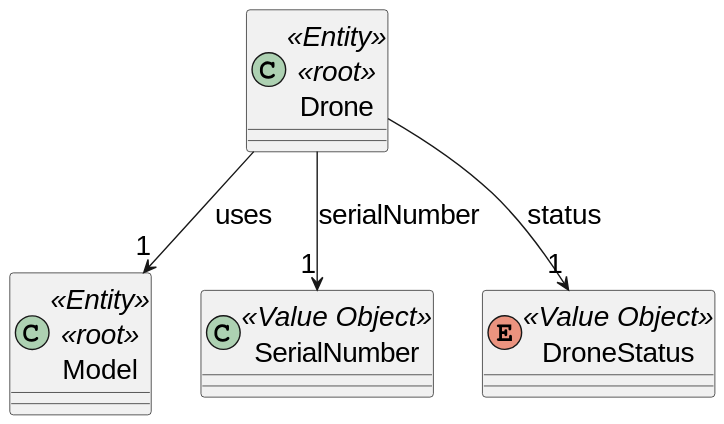
This is docs/SPRINT_2/US243/images/domain_model_us243.svg from diogoveirospro/sem4pi-2024-2025-sem4pi_2024_2025_g44, a PlantUML export, as it was before one commit.
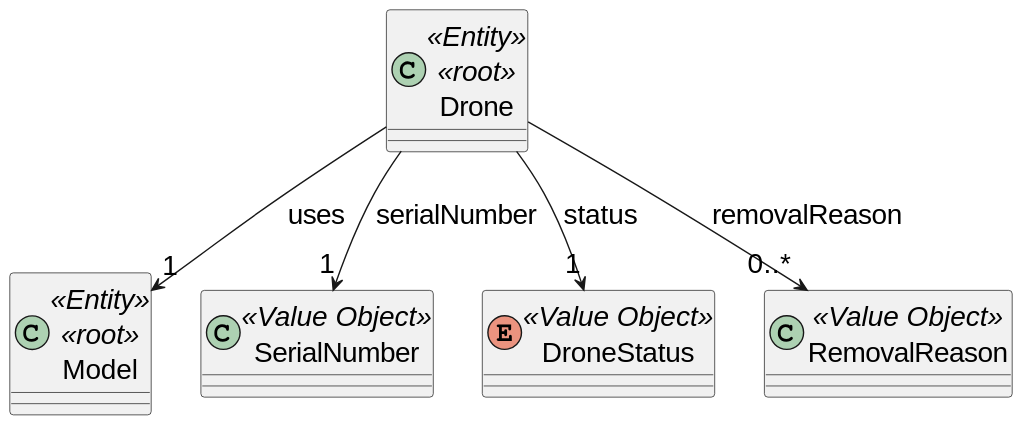
Later version of the same file.

What changed in the source:
```diff
@@ -13,7 +13,12 @@
     enum DroneStatus <<Value Object>>{
     }
 
+
+     class RemovalReason <<Value Object>>{
+        }
+
     Drone --> "1" DroneStatus: status
     Drone --> "1" SerialNumber: serialNumber
+    Drone --> "0..*" RemovalReason: removalReason
     Drone --> "1" Model: uses
 @enduml
```
